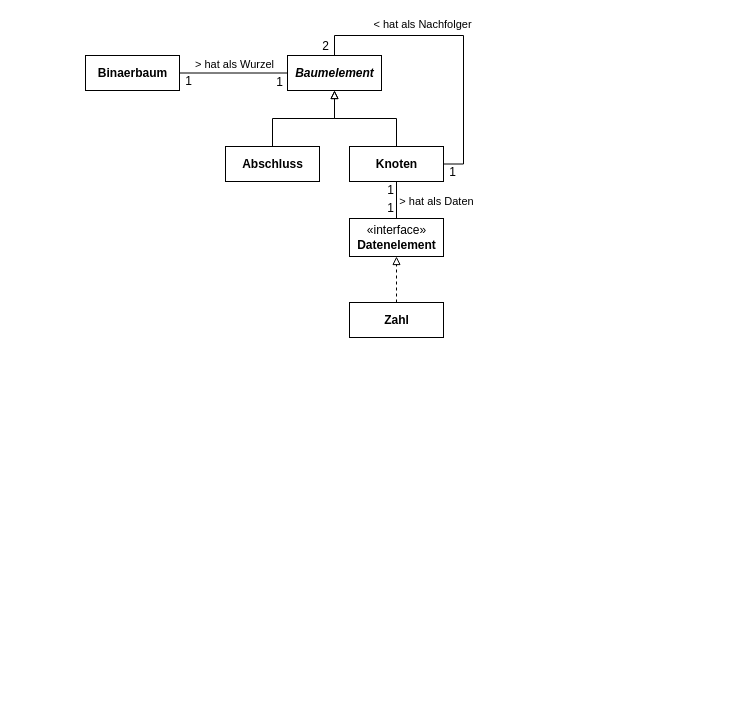
Before: page "Klassendiagramme" (3 of 3) of Baum.drawio in JoernWVSG/diagram, a draw.io diagram. Source tidied: cells renumbered, new cells numbered last; positions are measured from the earlier drawing's top-left corner, leaving out a move shared by most shapes. Both pictures are drawn from the tidied source at 100%, with x=0, y=0 at pixel (85, 37).
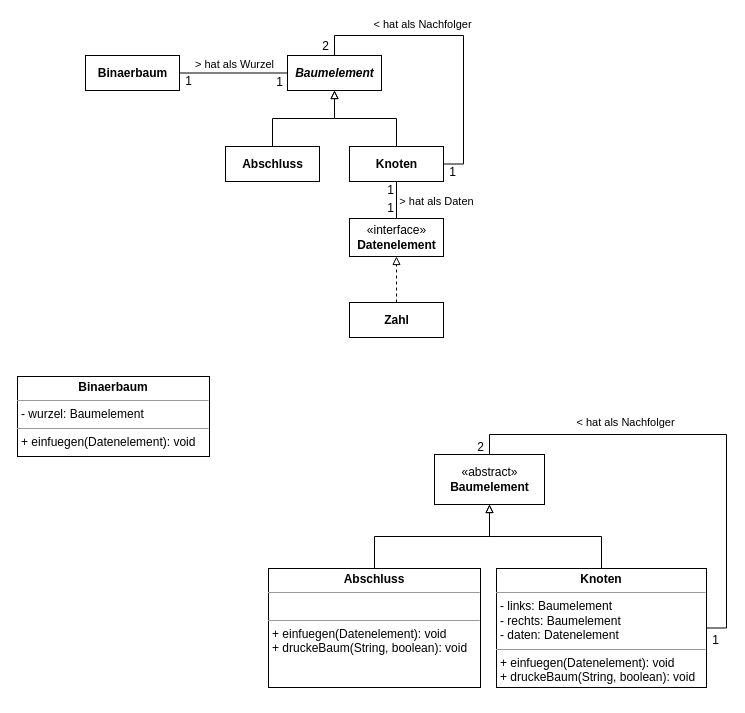
Above is the later version.

What changed in the source:
```diff
@@
+    <mxCell id="23" value="&lt;p style=&quot;margin: 0px ; margin-top: 4px ; text-align: center&quot;&gt;&lt;b&gt;Binaerbaum&lt;/b&gt;&lt;/p&gt;&lt;hr size=&quot;1&quot;&gt;&lt;p style=&quot;margin: 0px ; margin-left: 4px&quot;&gt;- wurzel: Baumelement&lt;/p&gt;&lt;hr size=&quot;1&quot;&gt;&lt;p style=&quot;margin: 0px ; margin-left: 4px&quot;&gt;+ einfuegen(Datenelement): void&lt;/p&gt;" style="verticalAlign=top;align=left;overflow=fill;fontSize=12;fontFamily=Helvetica;html=1;" parent="1" vertex="1">
+      <mxGeometry x="-68" y="339" width="192" height="80" as="geometry" />
+    </mxCell>
+    <mxCell id="24" style="edgeStyle=orthogonalEdgeStyle;rounded=0;orthogonalLoop=1;jettySize=auto;html=1;exitX=0.5;exitY=1;exitDx=0;exitDy=0;dashed=1;endArrow=block;endFill=0;" parent="1" edge="1" source="23" target="23">
+      <mxGeometry relative="1" as="geometry" />
+    </mxCell>
+    <mxCell id="25" style="edgeStyle=orthogonalEdgeStyle;rounded=0;jettySize=auto;html=1;exitX=0.5;exitY=0;exitDx=0;exitDy=0;entryX=0.5;entryY=1;entryDx=0;entryDy=0;endArrow=block;endFill=0;" parent="1" edge="1" source="26" target="32">
+      <mxGeometry relative="1" as="geometry" />
+    </mxCell>
+    <mxCell id="26" value="&lt;p style=&quot;margin: 0px ; margin-top: 4px ; text-align: center&quot;&gt;&lt;b&gt;Abschluss&lt;/b&gt;&lt;/p&gt;&lt;hr size=&quot;1&quot;&gt;&lt;p style=&quot;margin: 0px ; margin-left: 4px&quot;&gt;&lt;br&gt;&lt;/p&gt;&lt;hr size=&quot;1&quot;&gt;&lt;p style=&quot;margin: 0px ; margin-left: 4px&quot;&gt;+ einfuegen(Datenelement): void&lt;/p&gt;&lt;p style=&quot;margin: 0px ; margin-left: 4px&quot;&gt;+ druckeBaum(String, boolean): void&lt;/p&gt;" style="verticalAlign=top;align=left;overflow=fill;fontSize=12;fontFamily=Helvetica;html=1;" parent="1" vertex="1">
+      <mxGeometry x="183" y="531" width="212" height="119" as="geometry" />
+    </mxCell>
+    <mxCell id="27" style="edgeStyle=orthogonalEdgeStyle;rounded=0;orthogonalLoop=1;jettySize=auto;html=1;exitX=0.5;exitY=1;exitDx=0;exitDy=0;dashed=1;endArrow=block;endFill=0;" parent="1" edge="1" source="26" target="26">
+      <mxGeometry relative="1" as="geometry" />
+    </mxCell>
+    <mxCell id="28" style="edgeStyle=orthogonalEdgeStyle;rounded=0;jettySize=auto;html=1;exitX=0.5;exitY=0;exitDx=0;exitDy=0;endArrow=block;endFill=0;" parent="1" edge="1" source="31" target="32">
+      <mxGeometry relative="1" as="geometry" />
+    </mxCell>
+    <mxCell id="29" style="edgeStyle=orthogonalEdgeStyle;rounded=0;jettySize=auto;html=1;exitX=1;exitY=0.5;exitDx=0;exitDy=0;endArrow=none;endFill=0;entryX=0.5;entryY=0;entryDx=0;entryDy=0;" parent="1" edge="1" source="31" target="32">
+      <mxGeometry relative="1" as="geometry" />
+    </mxCell>
+    <mxCell id="30" value="&amp;lt; hat als Nachfolger" style="edgeLabel;html=1;align=center;verticalAlign=middle;" parent="29" vertex="1">
+      <mxGeometry x="0.35" relative="1" as="geometry">
+        <mxPoint x="3" y="-13" as="offset" />
+      </mxGeometry>
+    </mxCell>
+    <mxCell id="31" value="&lt;p style=&quot;margin: 0px ; margin-top: 4px ; text-align: center&quot;&gt;&lt;b&gt;Knoten&lt;/b&gt;&lt;/p&gt;&lt;hr size=&quot;1&quot;&gt;&lt;p style=&quot;margin: 0px ; margin-left: 4px&quot;&gt;- links: Baumelement&lt;/p&gt;&lt;p style=&quot;margin: 0px ; margin-left: 4px&quot;&gt;- rechts: Baumelement&lt;/p&gt;&lt;p style=&quot;margin: 0px ; margin-left: 4px&quot;&gt;- daten: Datenelement&lt;/p&gt;&lt;hr size=&quot;1&quot;&gt;&lt;p style=&quot;margin: 0px ; margin-left: 4px&quot;&gt;+ einfuegen(Datenelement): void&lt;/p&gt;&lt;p style=&quot;margin: 0px ; margin-left: 4px&quot;&gt;+ druckeBaum(String, boolean): void&lt;/p&gt;" style="verticalAlign=top;align=left;overflow=fill;fontSize=12;fontFamily=Helvetica;html=1;" parent="1" vertex="1">
+      <mxGeometry x="411" y="531" width="210" height="119" as="geometry" />
+    </mxCell>
+    <mxCell id="32" value="«abstract»&lt;br&gt;&lt;b&gt;Baumelement&lt;/b&gt;" style="html=1;" parent="1" vertex="1">
+      <mxGeometry x="349" y="417" width="110" height="50" as="geometry" />
+    </mxCell>
+    <mxCell id="33" value="2" style="text;html=1;align=center;verticalAlign=middle;strokeColor=none;fillColor=none;" parent="1" vertex="1">
+      <mxGeometry x="386" y="401" width="17" height="18" as="geometry" />
+    </mxCell>
+    <mxCell id="34" value="1" style="text;html=1;align=center;verticalAlign=middle;strokeColor=none;fillColor=none;" parent="1" vertex="1">
+      <mxGeometry x="621" y="594" width="17" height="18" as="geometry" />
+    </mxCell>
```
